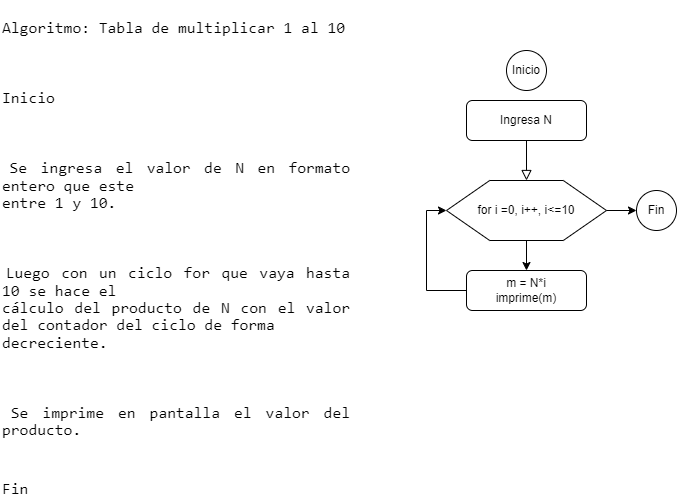
The draw.io diagram TablaMult.drawio.png in BROC95/ADSO, before a commit. Source tidied: cells renumbered, new cells last; positions are measured from the earlier drawing's top-left corner, leaving out a move shared by most shapes.
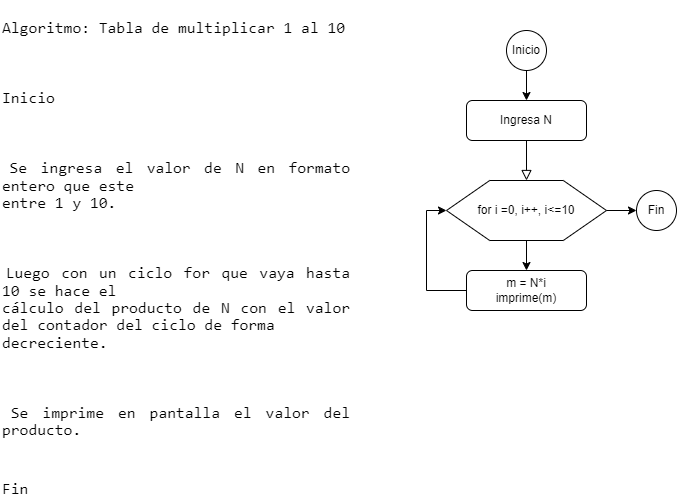
The same file after the commit.

What changed in the source:
```diff
@@ -29,8 +29,11 @@
     <mxCell id="10" value="Fin" style="ellipse;whiteSpace=wrap;html=1;" parent="1" vertex="1">
       <mxGeometry x="636" y="190" width="40" height="40" as="geometry" />
     </mxCell>
+    <mxCell id="14" style="edgeStyle=orthogonalEdgeStyle;rounded=0;jettySize=auto;html=1;exitX=0.5;exitY=1;exitDx=0;exitDy=0;entryX=0.5;entryY=0;entryDx=0;entryDy=0;" parent="1" edge="1" source="11" target="3">
+      <mxGeometry relative="1" as="geometry" />
+    </mxCell>
     <mxCell id="11" value="Inicio" style="ellipse;whiteSpace=wrap;html=1;" parent="1" vertex="1">
-      <mxGeometry x="506" y="50" width="40" height="40" as="geometry" />
+      <mxGeometry x="506" y="30" width="40" height="40" as="geometry" />
     </mxCell>
     <mxCell id="12" style="edgeStyle=orthogonalEdgeStyle;rounded=0;jettySize=auto;html=1;entryX=0;entryY=0.5;entryDx=0;entryDy=0;" parent="1" edge="1" source="8" target="10">
       <mxGeometry relative="1" as="geometry" />
```
